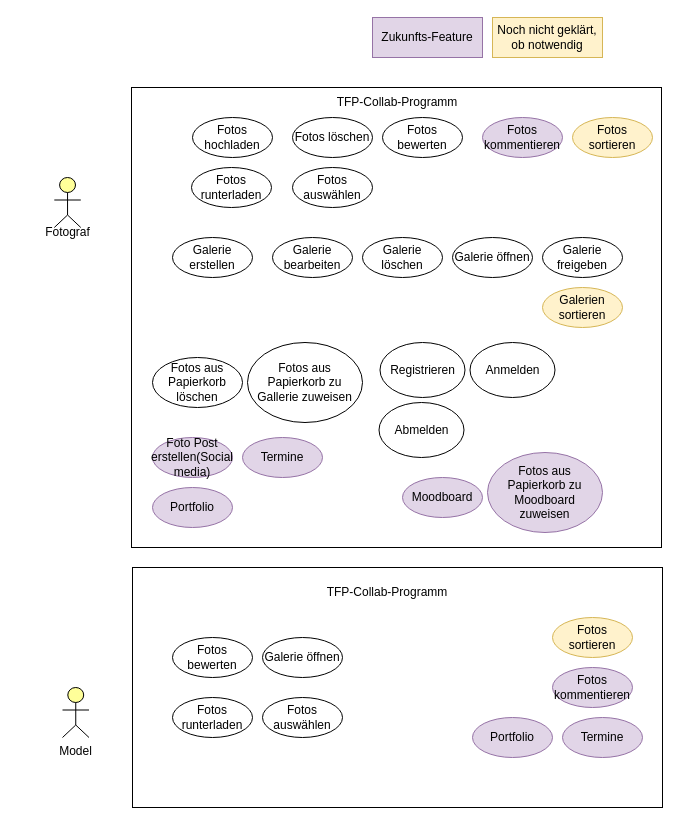
The draw.io diagram UseCases/UseCases.drawio in MGuese/tfp-collaboration-platform, before the edit. Source tidied: cells renumbered, new cells numbered last; positions are measured from the earlier drawing's top-left corner, leaving out a move shared by most shapes. Both pictures are drawn from the tidied source at 100%, with x=0, y=0 at pixel (32, 17).
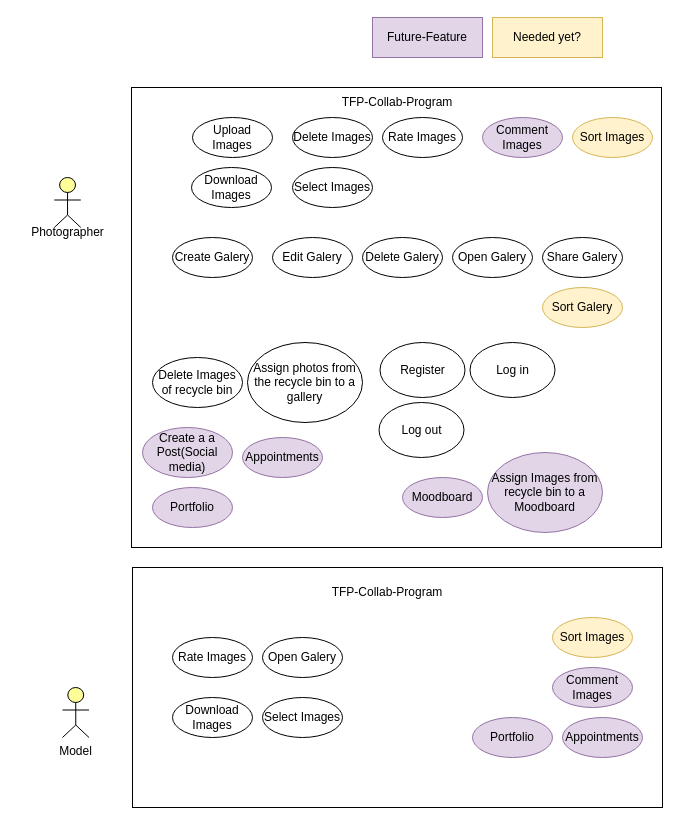
After the change.

The edit, as a diff of the source:
```diff
@@
-    <mxCell id="3" value="Fotos hochladen" style="ellipse;whiteSpace=wrap;html=1;" parent="1" vertex="1">
+    <mxCell id="3" value="Upload Images" style="ellipse;whiteSpace=wrap;html=1;" parent="1" vertex="1">
       <mxGeometry x="160" y="100" width="80" height="40" as="geometry" />
     </mxCell>
     <mxCell id="4" style="group;" parent="1" vertex="1">
-      <mxGeometry y="160" width="70" height="70" as="geometry" />
+      <mxGeometry y="160" width="85" height="70" as="geometry" />
     </mxCell>
@@
-    <mxCell id="6" value="&lt;div&gt;Fotograf&lt;/div&gt;" style="text;html=1;align=center;verticalAlign=middle;strokeColor=none;fillColor=none;" parent="4" vertex="1">
-      <mxGeometry y="40" width="70" height="30" as="geometry" />
+    <mxCell id="6" value="Photographer" style="text;html=1;align=center;verticalAlign=middle;strokeColor=none;fillColor=none;" parent="4" vertex="1">
+      <mxGeometry x="-15" y="40" width="100" height="30" as="geometry" />
     </mxCell>
-    <mxCell id="7" value="&lt;div&gt;TFP-Collab-Programm&lt;/div&gt;" style="text;html=1;align=center;verticalAlign=middle;whiteSpace=wrap;rounded=0;" parent="1" vertex="1">
+    <mxCell id="7" value="&lt;div&gt;TFP-Collab-Program&lt;/div&gt;" style="text;html=1;align=center;verticalAlign=middle;whiteSpace=wrap;rounded=0;" parent="1" vertex="1">
       <mxGeometry x="300" y="70" width="130" height="30" as="geometry" />
     </mxCell>
-    <mxCell id="8" value="Fotos löschen" style="ellipse;whiteSpace=wrap;html=1;" parent="1" vertex="1">
+    <mxCell id="8" value="Delete Images" style="ellipse;whiteSpace=wrap;html=1;" parent="1" vertex="1">
       <mxGeometry x="260" y="100" width="80" height="40" as="geometry" />
     </mxCell>
-    <mxCell id="9" value="Galerie erstellen" style="ellipse;whiteSpace=wrap;html=1;" parent="1" vertex="1">
+    <mxCell id="9" value="Create Galery" style="ellipse;whiteSpace=wrap;html=1;" parent="1" vertex="1">
       <mxGeometry x="140" y="220" width="80" height="40" as="geometry" />
     </mxCell>
-    <mxCell id="10" value="Galerie bearbeiten" style="ellipse;whiteSpace=wrap;html=1;" parent="1" vertex="1">
+    <mxCell id="10" value="Edit Galery" style="ellipse;whiteSpace=wrap;html=1;" parent="1" vertex="1">
       <mxGeometry x="240" y="220" width="80" height="40" as="geometry" />
     </mxCell>
-    <mxCell id="11" value="Galerie löschen" style="ellipse;whiteSpace=wrap;html=1;" parent="1" vertex="1">
+    <mxCell id="11" value="Delete Galery" style="ellipse;whiteSpace=wrap;html=1;" parent="1" vertex="1">
       <mxGeometry x="330" y="220" width="80" height="40" as="geometry" />
     </mxCell>
-    <mxCell id="12" value="Fotos sortieren" style="ellipse;whiteSpace=wrap;html=1;labelBackgroundColor=none;fillColor=#fff2cc;strokeColor=#d6b656;" parent="1" vertex="1">
+    <mxCell id="12" value="Sort Images" style="ellipse;whiteSpace=wrap;html=1;labelBackgroundColor=none;fillColor=#fff2cc;strokeColor=#d6b656;" parent="1" vertex="1">
       <mxGeometry x="540" y="100" width="80" height="40" as="geometry" />
     </mxCell>
-    <mxCell id="13" value="Noch nicht geklärt, ob notwendig" style="text;html=1;align=center;verticalAlign=middle;whiteSpace=wrap;rounded=0;fillColor=#fff2cc;strokeColor=#d6b656;" parent="1" vertex="1">
+    <mxCell id="13" value="Needed yet?" style="text;html=1;align=center;verticalAlign=middle;whiteSpace=wrap;rounded=0;fillColor=#fff2cc;strokeColor=#d6b656;" parent="1" vertex="1">
       <mxGeometry x="460" width="110" height="40" as="geometry" />
     </mxCell>
-    <mxCell id="14" value="Galerie freigeben" style="ellipse;whiteSpace=wrap;html=1;" parent="1" vertex="1">
+    <mxCell id="14" value="Share Galery" style="ellipse;whiteSpace=wrap;html=1;" parent="1" vertex="1">
       <mxGeometry x="510" y="220" width="80" height="40" as="geometry" />
     </mxCell>
-    <mxCell id="15" value="Galerie öffnen" style="ellipse;whiteSpace=wrap;html=1;" parent="1" vertex="1">
+    <mxCell id="15" value="Open Galery" style="ellipse;whiteSpace=wrap;html=1;" parent="1" vertex="1">
       <mxGeometry x="420" y="220" width="80" height="40" as="geometry" />
     </mxCell>
-    <mxCell id="16" value="Foto Post erstellen(Social media)" style="ellipse;whiteSpace=wrap;html=1;labelBackgroundColor=none;fillColor=#e1d5e7;strokeColor=#9673a6;" parent="1" vertex="1">
-      <mxGeometry x="120" y="420" width="80" height="40" as="geometry" />
+    <mxCell id="16" value="Create a a Post(Social media)" style="ellipse;whiteSpace=wrap;html=1;labelBackgroundColor=none;fillColor=#e1d5e7;strokeColor=#9673a6;" parent="1" vertex="1">
+      <mxGeometry x="110" y="410" width="90" height="50" as="geometry" />
     </mxCell>
-    <mxCell id="17" value="Zukunfts-Feature" style="text;html=1;align=center;verticalAlign=middle;whiteSpace=wrap;rounded=0;fillColor=#e1d5e7;strokeColor=#9673a6;" parent="1" vertex="1">
+    <mxCell id="17" value="Future-Feature" style="text;html=1;align=center;verticalAlign=middle;whiteSpace=wrap;rounded=0;fillColor=#e1d5e7;strokeColor=#9673a6;" parent="1" vertex="1">
       <mxGeometry x="340" width="110" height="40" as="geometry" />
     </mxCell>
-    <mxCell id="18" value="Galerien sortieren" style="ellipse;whiteSpace=wrap;html=1;labelBackgroundColor=none;fillColor=#fff2cc;strokeColor=#d6b656;" parent="1" vertex="1">
+    <mxCell id="18" value="Sort Galery" style="ellipse;whiteSpace=wrap;html=1;labelBackgroundColor=none;fillColor=#fff2cc;strokeColor=#d6b656;" parent="1" vertex="1">
       <mxGeometry x="510" y="270" width="80" height="40" as="geometry" />
     </mxCell>
-    <mxCell id="19" value="Termine" style="ellipse;whiteSpace=wrap;html=1;fillColor=#e1d5e7;strokeColor=#9673a6;" parent="1" vertex="1">
+    <mxCell id="19" value="Appointments" style="ellipse;whiteSpace=wrap;html=1;fillColor=#e1d5e7;strokeColor=#9673a6;" parent="1" vertex="1">
       <mxGeometry x="210" y="420" width="80" height="40" as="geometry" />
     </mxCell>
@@
-    <mxCell id="22" value="Fotos bewerten" style="ellipse;whiteSpace=wrap;html=1;" parent="1" vertex="1">
+    <mxCell id="22" value="Rate Images" style="ellipse;whiteSpace=wrap;html=1;" parent="1" vertex="1">
       <mxGeometry x="350" y="100" width="80" height="40" as="geometry" />
     </mxCell>
@@
-    <mxCell id="25" value="Fotos runterladen" style="ellipse;whiteSpace=wrap;html=1;" parent="1" vertex="1">
+    <mxCell id="25" value="Download Images" style="ellipse;whiteSpace=wrap;html=1;" parent="1" vertex="1">
       <mxGeometry x="140" y="680" width="80" height="40" as="geometry" />
     </mxCell>
-    <mxCell id="26" value="Galerie öffnen" style="ellipse;whiteSpace=wrap;html=1;" parent="1" vertex="1">
+    <mxCell id="26" value="Open Galery" style="ellipse;whiteSpace=wrap;html=1;" parent="1" vertex="1">
       <mxGeometry x="230" y="620" width="80" height="40" as="geometry" />
     </mxCell>
-    <mxCell id="27" value="Fotos sortieren" style="ellipse;whiteSpace=wrap;html=1;labelBackgroundColor=none;fillColor=#fff2cc;strokeColor=#d6b656;" parent="1" vertex="1">
+    <mxCell id="27" value="Sort Images" style="ellipse;whiteSpace=wrap;html=1;labelBackgroundColor=none;fillColor=#fff2cc;strokeColor=#d6b656;" parent="1" vertex="1">
       <mxGeometry x="520" y="600" width="80" height="40" as="geometry" />
     </mxCell>
-    <mxCell id="28" value="Fotos bewerten" style="ellipse;whiteSpace=wrap;html=1;" parent="1" vertex="1">
+    <mxCell id="28" value="Rate Images" style="ellipse;whiteSpace=wrap;html=1;" parent="1" vertex="1">
       <mxGeometry x="140" y="620" width="80" height="40" as="geometry" />
     </mxCell>
-    <mxCell id="29" value="Fotos runterladen" style="ellipse;whiteSpace=wrap;html=1;" parent="1" vertex="1">
+    <mxCell id="29" value="&lt;div&gt;Download Images&lt;/div&gt;" style="ellipse;whiteSpace=wrap;html=1;" parent="1" vertex="1">
       <mxGeometry x="159" y="150" width="80" height="40" as="geometry" />
     </mxCell>
-    <mxCell id="30" value="&lt;div&gt;TFP-Collab-Programm&lt;/div&gt;" style="text;html=1;align=center;verticalAlign=middle;whiteSpace=wrap;rounded=0;" parent="1" vertex="1">
+    <mxCell id="30" value="&lt;div&gt;TFP-Collab-Program&lt;/div&gt;" style="text;html=1;align=center;verticalAlign=middle;whiteSpace=wrap;rounded=0;" parent="1" vertex="1">
       <mxGeometry x="290" y="560" width="130" height="30" as="geometry" />
     </mxCell>
-    <mxCell id="31" value="Fotos kommentieren" style="ellipse;whiteSpace=wrap;html=1;fillColor=#e1d5e7;strokeColor=#9673a6;" parent="1" vertex="1">
+    <mxCell id="31" value="Comment Images" style="ellipse;whiteSpace=wrap;html=1;fillColor=#e1d5e7;strokeColor=#9673a6;" parent="1" vertex="1">
       <mxGeometry x="450" y="100" width="80" height="40" as="geometry" />
     </mxCell>
-    <mxCell id="32" value="Fotos kommentieren" style="ellipse;whiteSpace=wrap;html=1;fillColor=#e1d5e7;strokeColor=#9673a6;" parent="1" vertex="1">
+    <mxCell id="32" value="Comment Images" style="ellipse;whiteSpace=wrap;html=1;fillColor=#e1d5e7;strokeColor=#9673a6;" parent="1" vertex="1">
       <mxGeometry x="520" y="650" width="80" height="40" as="geometry" />
     </mxCell>
-    <mxCell id="33" value="Fotos auswählen" style="ellipse;whiteSpace=wrap;html=1;" parent="1" vertex="1">
+    <mxCell id="33" value="Select Images" style="ellipse;whiteSpace=wrap;html=1;" parent="1" vertex="1">
       <mxGeometry x="260" y="150" width="80" height="40" as="geometry" />
     </mxCell>
-    <mxCell id="34" value="Fotos auswählen" style="ellipse;whiteSpace=wrap;html=1;" parent="1" vertex="1">
+    <mxCell id="34" value="Select Images" style="ellipse;whiteSpace=wrap;html=1;" parent="1" vertex="1">
       <mxGeometry x="230" y="680" width="80" height="40" as="geometry" />
     </mxCell>
-    <mxCell id="35" value="Termine" style="ellipse;whiteSpace=wrap;html=1;fillColor=#e1d5e7;strokeColor=#9673a6;" parent="1" vertex="1">
+    <mxCell id="35" value="Appointments" style="ellipse;whiteSpace=wrap;html=1;fillColor=#e1d5e7;strokeColor=#9673a6;" parent="1" vertex="1">
       <mxGeometry x="530" y="700" width="80" height="40" as="geometry" />
     </mxCell>
@@
-    <mxCell id="37" value="Fotos aus Papierkorb löschen" style="ellipse;whiteSpace=wrap;html=1;" parent="1" vertex="1">
+    <mxCell id="37" value="Delete Images of recycle bin" style="ellipse;whiteSpace=wrap;html=1;" parent="1" vertex="1">
       <mxGeometry x="120" y="340" width="90" height="50" as="geometry" />
     </mxCell>
-    <mxCell id="38" value="Fotos aus Papierkorb zu Gallerie zuweisen" style="ellipse;whiteSpace=wrap;html=1;" parent="1" vertex="1">
+    <mxCell id="38" value="Assign photos from the recycle bin to a gallery" style="ellipse;whiteSpace=wrap;html=1;" parent="1" vertex="1">
       <mxGeometry x="215" y="325" width="115" height="80" as="geometry" />
     </mxCell>
-    <mxCell id="39" value="Fotos aus Papierkorb zu Moodboard zuweisen" style="ellipse;whiteSpace=wrap;html=1;fillColor=#e1d5e7;strokeColor=#9673a6;" parent="1" vertex="1">
+    <mxCell id="39" value="Assign Images from recycle bin to a Moodboard " style="ellipse;whiteSpace=wrap;html=1;fillColor=#e1d5e7;strokeColor=#9673a6;" parent="1" vertex="1">
       <mxGeometry x="455" y="435" width="115" height="80" as="geometry" />
     </mxCell>
-    <mxCell id="40" value="Registrieren" style="ellipse;whiteSpace=wrap;html=1;" parent="1" vertex="1">
+    <mxCell id="40" value="Register" style="ellipse;whiteSpace=wrap;html=1;" parent="1" vertex="1">
       <mxGeometry x="347.5" y="325" width="85" height="55" as="geometry" />
     </mxCell>
-    <mxCell id="41" value="Anmelden" style="ellipse;whiteSpace=wrap;html=1;" parent="1" vertex="1">
+    <mxCell id="41" value="Log in" style="ellipse;whiteSpace=wrap;html=1;" parent="1" vertex="1">
       <mxGeometry x="437.5" y="325" width="85" height="55" as="geometry" />
     </mxCell>
-    <mxCell id="42" value="Abmelden" style="ellipse;whiteSpace=wrap;html=1;" parent="1" vertex="1">
+    <mxCell id="42" value="Log out" style="ellipse;whiteSpace=wrap;html=1;" parent="1" vertex="1">
       <mxGeometry x="346.5" y="385" width="85" height="55" as="geometry" />
     </mxCell>
```
